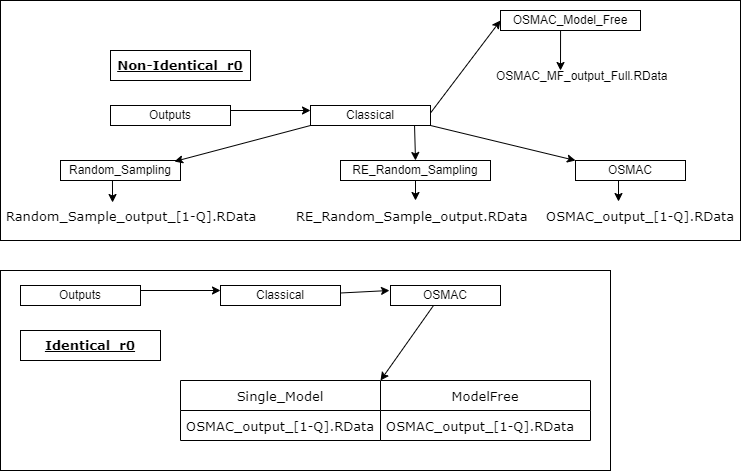
This is Images/Outputs.png from Amalan-ConStat/RM_AM_MF_LR_RWS_NYC_Taxi_Fare_2013_Full, a draw.io export, as it was before one commit. Source tidied: cells renumbered, new cells last; positions are measured from the earlier drawing's top-left corner, leaving out a move shared by most shapes. Source of this version:
```xml
<mxGraphModel>
  <root>
    <mxCell id="0" />
    <mxCell id="1" parent="0" />
    <mxCell id="2" style="rounded=0;whiteSpace=wrap;html=1;fontFamily=Verdana;fontSize=13;fontColor=#000000;" parent="1" vertex="1">
      <mxGeometry width="740" height="240" as="geometry" />
    </mxCell>
    <mxCell id="3" value="Outputs" style="rounded=0;whiteSpace=wrap;html=1;" parent="1" vertex="1">
      <mxGeometry x="110" y="105" width="120" height="20" as="geometry" />
    </mxCell>
    <mxCell id="4" value="Classical" style="rounded=0;whiteSpace=wrap;html=1;" parent="1" vertex="1">
      <mxGeometry x="310" y="105" width="120" height="20" as="geometry" />
    </mxCell>
    <mxCell id="5" value="Random_Sampling" style="rounded=0;whiteSpace=wrap;html=1;" parent="1" vertex="1">
      <mxGeometry x="60" y="160" width="120" height="20" as="geometry" />
    </mxCell>
    <mxCell id="6" value="RE_Random_Sampling" style="rounded=0;whiteSpace=wrap;html=1;" parent="1" vertex="1">
      <mxGeometry x="340" y="160" width="150" height="20" as="geometry" />
    </mxCell>
    <mxCell id="7" value="OSMAC" style="rounded=0;whiteSpace=wrap;html=1;" parent="1" vertex="1">
      <mxGeometry x="575" y="160" width="110" height="20" as="geometry" />
    </mxCell>
    <mxCell id="8" style="endArrow=classic;html=1;exitX=1;exitY=0.25;exitDx=0;exitDy=0;" parent="1" edge="1" source="3">
      <mxGeometry relative="1" as="geometry">
        <mxPoint x="310" y="110" as="targetPoint" />
      </mxGeometry>
    </mxCell>
    <mxCell id="9" style="endArrow=classic;html=1;exitX=1;exitY=0.25;exitDx=0;exitDy=0;entryX=0;entryY=0.5;entryDx=0;entryDy=0;" parent="1" edge="1" target="14">
      <mxGeometry relative="1" as="geometry">
        <mxPoint x="430" y="112.5" as="sourcePoint" />
      </mxGeometry>
    </mxCell>
    <mxCell id="10" style="endArrow=classic;html=1;exitX=0;exitY=1;exitDx=0;exitDy=0;entryX=0.95;entryY=0.05;entryDx=0;entryDy=0;entryPerimeter=0;" parent="1" edge="1" source="4" target="5">
      <mxGeometry relative="1" as="geometry" />
    </mxCell>
    <mxCell id="11" style="endArrow=classic;html=1;exitX=0.867;exitY=1;exitDx=0;exitDy=0;entryX=0.5;entryY=0;entryDx=0;entryDy=0;exitPerimeter=0;" parent="1" edge="1" source="4" target="6">
      <mxGeometry relative="1" as="geometry" />
    </mxCell>
    <mxCell id="12" style="endArrow=classic;html=1;exitX=1;exitY=1;exitDx=0;exitDy=0;entryX=0;entryY=0;entryDx=0;entryDy=0;" parent="1" edge="1" source="4" target="7">
      <mxGeometry relative="1" as="geometry" />
    </mxCell>
    <mxCell id="13" value="&lt;b&gt;&lt;u&gt;Non-Identical_r0&lt;/u&gt;&lt;/b&gt;" style="rounded=0;whiteSpace=wrap;html=1;fontFamily=Verdana;fontSize=13;fontColor=#000000;" parent="1" vertex="1">
      <mxGeometry x="110" y="50" width="140" height="30" as="geometry" />
    </mxCell>
    <mxCell id="14" value="OSMAC_Model_Free" style="rounded=0;whiteSpace=wrap;html=1;" parent="1" vertex="1">
      <mxGeometry x="500" y="10" width="140" height="20" as="geometry" />
    </mxCell>
    <mxCell id="15" style="endArrow=classic;html=1;rounded=0;fontFamily=Verdana;fontSize=13;fontColor=#000000;exitX=0.5;exitY=1;exitDx=0;exitDy=0;" parent="1" edge="1" source="6" target="30">
      <mxGeometry relative="1" as="geometry" />
    </mxCell>
    <mxCell id="16" style="endArrow=classic;html=1;rounded=0;fontFamily=Verdana;fontSize=13;fontColor=#000000;exitX=0.391;exitY=1;exitDx=0;exitDy=0;exitPerimeter=0;entryX=0.425;entryY=0.017;entryDx=0;entryDy=0;entryPerimeter=0;" parent="1" edge="1" source="7">
      <mxGeometry relative="1" as="geometry">
        <mxPoint x="618" y="201" as="targetPoint" />
      </mxGeometry>
    </mxCell>
    <mxCell id="17" style="rounded=0;whiteSpace=wrap;html=1;fontFamily=Verdana;fontSize=13;fontColor=#000000;" parent="1" vertex="1">
      <mxGeometry y="270" width="610" height="200" as="geometry" />
    </mxCell>
    <mxCell id="18" value="Outputs" style="rounded=0;whiteSpace=wrap;html=1;" parent="1" vertex="1">
      <mxGeometry x="20" y="285" width="120" height="20" as="geometry" />
    </mxCell>
    <mxCell id="19" value="Classical" style="rounded=0;whiteSpace=wrap;html=1;" parent="1" vertex="1">
      <mxGeometry x="220" y="285" width="120" height="20" as="geometry" />
    </mxCell>
    <mxCell id="20" value="OSMAC" style="rounded=0;whiteSpace=wrap;html=1;" parent="1" vertex="1">
      <mxGeometry x="390" y="285" width="110" height="20" as="geometry" />
    </mxCell>
    <mxCell id="21" style="endArrow=classic;html=1;exitX=1;exitY=0.25;exitDx=0;exitDy=0;" parent="1" edge="1" source="18">
      <mxGeometry relative="1" as="geometry">
        <mxPoint x="220" y="290" as="targetPoint" />
      </mxGeometry>
    </mxCell>
    <mxCell id="22" style="endArrow=classic;html=1;exitX=1;exitY=0.25;exitDx=0;exitDy=0;" parent="1" edge="1">
      <mxGeometry relative="1" as="geometry">
        <mxPoint x="340" y="292.5" as="sourcePoint" />
        <mxPoint x="389" y="290" as="targetPoint" />
      </mxGeometry>
    </mxCell>
    <mxCell id="23" value="&lt;b&gt;&lt;u&gt;Identical_r0&lt;/u&gt;&lt;/b&gt;" style="rounded=0;whiteSpace=wrap;html=1;fontFamily=Verdana;fontSize=13;fontColor=#000000;" parent="1" vertex="1">
      <mxGeometry x="20" y="330" width="140" height="30" as="geometry" />
    </mxCell>
    <mxCell id="24" value="Single_Model" style="swimlane;fontStyle=0;horizontal=1;startSize=30;fontFamily=Verdana;fontSize=13;fontColor=#000000;" parent="1" vertex="1">
      <mxGeometry x="180" y="380" width="200" height="60" as="geometry" />
    </mxCell>
    <mxCell id="25" value="OSMAC_output_[1-Q].RData" style="text;strokeColor=none;fillColor=none;align=left;verticalAlign=middle;spacingLeft=4;spacingRight=4;overflow=hidden;fontFamily=Verdana;fontSize=13;fontColor=#000000;" parent="24" vertex="1">
      <mxGeometry y="30" width="200" height="30" as="geometry" />
    </mxCell>
    <mxCell id="26" value="ModelFree" style="swimlane;fontStyle=0;horizontal=1;startSize=30;fontFamily=Verdana;fontSize=13;fontColor=#000000;" parent="1" vertex="1">
      <mxGeometry x="380" y="380" width="210" height="60" as="geometry" />
    </mxCell>
    <mxCell id="27" value="OSMAC_output_[1-Q].RData" style="text;strokeColor=none;fillColor=none;align=left;verticalAlign=middle;spacingLeft=4;spacingRight=4;overflow=hidden;fontFamily=Verdana;fontSize=13;fontColor=#000000;" parent="26" vertex="1">
      <mxGeometry y="30" width="210" height="30" as="geometry" />
    </mxCell>
    <mxCell id="28" style="endArrow=classic;html=1;rounded=0;fontFamily=Verdana;fontSize=13;fontColor=#000000;exitX=0.391;exitY=1;exitDx=0;exitDy=0;exitPerimeter=0;entryX=0;entryY=0;entryDx=0;entryDy=0;" parent="1" edge="1" source="20" target="26">
      <mxGeometry relative="1" as="geometry" />
    </mxCell>
    <mxCell id="29" value="Random_Sample_output_[1-Q].RData" style="text;strokeColor=none;fillColor=none;align=left;verticalAlign=middle;spacingLeft=4;spacingRight=4;overflow=hidden;points=[[0,0.5],[1,0.5]];portConstraint=eastwest;fontFamily=Verdana;fontSize=13;fontColor=#000000;" parent="1" vertex="1">
      <mxGeometry y="200" width="260" height="30" as="geometry" />
    </mxCell>
    <mxCell id="30" value="RE_Random_Sample_output.RData" style="text;strokeColor=none;fillColor=none;align=left;verticalAlign=middle;spacingLeft=4;spacingRight=4;overflow=hidden;points=[[0,0.5],[1,0.5]];portConstraint=eastwest;fontFamily=Verdana;fontSize=13;fontColor=#000000;" parent="1" vertex="1">
      <mxGeometry x="290" y="200" width="250" height="30" as="geometry" />
    </mxCell>
    <mxCell id="31" value="OSMAC_output_[1-Q].RData" style="text;strokeColor=none;fillColor=none;align=left;verticalAlign=middle;spacingLeft=4;spacingRight=4;overflow=hidden;fontFamily=Verdana;fontSize=13;fontColor=#000000;" parent="1" vertex="1">
      <mxGeometry x="540" y="200" width="210" height="30" as="geometry" />
    </mxCell>
    <mxCell id="32" style="endArrow=classic;html=1;rounded=0;exitX=0.433;exitY=1;exitDx=0;exitDy=0;exitPerimeter=0;entryX=0.431;entryY=0.067;entryDx=0;entryDy=0;entryPerimeter=0;" parent="1" edge="1" source="5" target="29">
      <mxGeometry relative="1" as="geometry" />
    </mxCell>
    <mxCell id="33" value="OSMAC_MF_output_Full.RData" style="text;strokeColor=none;fillColor=none;align=left;verticalAlign=middle;spacingLeft=4;spacingRight=4;overflow=hidden;" parent="1" vertex="1">
      <mxGeometry x="490" y="60" width="200" height="30" as="geometry" />
    </mxCell>
    <mxCell id="34" style="endArrow=classic;html=1;rounded=0;exitX=0.429;exitY=1;exitDx=0;exitDy=0;exitPerimeter=0;" parent="1" edge="1" source="14">
      <mxGeometry relative="1" as="geometry">
        <mxPoint x="560" y="70" as="targetPoint" />
      </mxGeometry>
    </mxCell>
  </root>
</mxGraphModel>
```
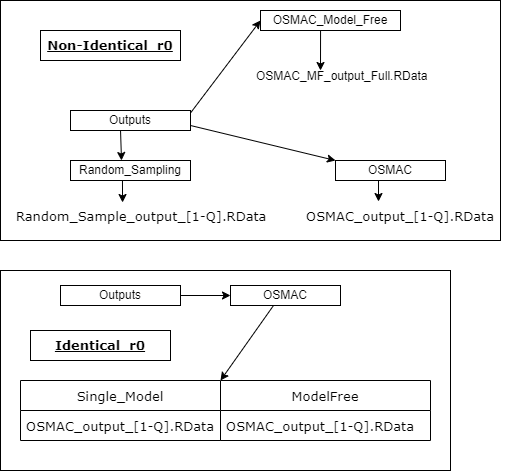
The same file after the commit.

The edit, as a diff of the source:
```diff
@@ -3,90 +3,64 @@
     <mxCell id="0" />
     <mxCell id="1" parent="0" />
     <mxCell id="2" style="rounded=0;whiteSpace=wrap;html=1;fontFamily=Verdana;fontSize=13;fontColor=#000000;" parent="1" vertex="1">
-      <mxGeometry width="740" height="240" as="geometry" />
+      <mxGeometry x="240" width="500" height="240" as="geometry" />
     </mxCell>
     <mxCell id="3" value="Outputs" style="rounded=0;whiteSpace=wrap;html=1;" parent="1" vertex="1">
-      <mxGeometry x="110" y="105" width="120" height="20" as="geometry" />
+      <mxGeometry x="310" y="110" width="120" height="20" as="geometry" />
     </mxCell>
-    <mxCell id="4" value="Classical" style="rounded=0;whiteSpace=wrap;html=1;" parent="1" vertex="1">
-      <mxGeometry x="310" y="105" width="120" height="20" as="geometry" />
-    </mxCell>
     <mxCell id="5" value="Random_Sampling" style="rounded=0;whiteSpace=wrap;html=1;" parent="1" vertex="1">
-      <mxGeometry x="60" y="160" width="120" height="20" as="geometry" />
+      <mxGeometry x="310" y="160" width="120" height="20" as="geometry" />
     </mxCell>
-    <mxCell id="6" value="RE_Random_Sampling" style="rounded=0;whiteSpace=wrap;html=1;" parent="1" vertex="1">
-      <mxGeometry x="340" y="160" width="150" height="20" as="geometry" />
-    </mxCell>
     <mxCell id="7" value="OSMAC" style="rounded=0;whiteSpace=wrap;html=1;" parent="1" vertex="1">
       <mxGeometry x="575" y="160" width="110" height="20" as="geometry" />
     </mxCell>
-    <mxCell id="8" style="endArrow=classic;html=1;exitX=1;exitY=0.25;exitDx=0;exitDy=0;" parent="1" edge="1" source="3">
-      <mxGeometry relative="1" as="geometry">
-        <mxPoint x="310" y="110" as="targetPoint" />
-      </mxGeometry>
-    </mxCell>
     <mxCell id="9" style="endArrow=classic;html=1;exitX=1;exitY=0.25;exitDx=0;exitDy=0;entryX=0;entryY=0.5;entryDx=0;entryDy=0;" parent="1" edge="1" target="14">
       <mxGeometry relative="1" as="geometry">
         <mxPoint x="430" y="112.5" as="sourcePoint" />
       </mxGeometry>
     </mxCell>
-    <mxCell id="10" style="endArrow=classic;html=1;exitX=0;exitY=1;exitDx=0;exitDy=0;entryX=0.95;entryY=0.05;entryDx=0;entryDy=0;entryPerimeter=0;" parent="1" edge="1" source="4" target="5">
+    <mxCell id="10" style="endArrow=classic;html=1;exitX=0.417;exitY=1;exitDx=0;exitDy=0;entryX=0.425;entryY=0;entryDx=0;entryDy=0;entryPerimeter=0;exitPerimeter=0;" parent="1" edge="1" source="3" target="5">
       <mxGeometry relative="1" as="geometry" />
     </mxCell>
-    <mxCell id="11" style="endArrow=classic;html=1;exitX=0.867;exitY=1;exitDx=0;exitDy=0;entryX=0.5;entryY=0;entryDx=0;entryDy=0;exitPerimeter=0;" parent="1" edge="1" source="4" target="6">
-      <mxGeometry relative="1" as="geometry" />
-    </mxCell>
-    <mxCell id="12" style="endArrow=classic;html=1;exitX=1;exitY=1;exitDx=0;exitDy=0;entryX=0;entryY=0;entryDx=0;entryDy=0;" parent="1" edge="1" source="4" target="7">
-      <mxGeometry relative="1" as="geometry" />
+    <mxCell id="12" style="endArrow=classic;html=1;exitX=1;exitY=1;exitDx=0;exitDy=0;entryX=0;entryY=0;entryDx=0;entryDy=0;" parent="1" edge="1" target="7">
+      <mxGeometry relative="1" as="geometry">
+        <mxPoint x="430" y="125" as="sourcePoint" />
+      </mxGeometry>
     </mxCell>
     <mxCell id="13" value="&lt;b&gt;&lt;u&gt;Non-Identical_r0&lt;/u&gt;&lt;/b&gt;" style="rounded=0;whiteSpace=wrap;html=1;fontFamily=Verdana;fontSize=13;fontColor=#000000;" parent="1" vertex="1">
-      <mxGeometry x="110" y="50" width="140" height="30" as="geometry" />
+      <mxGeometry x="280" y="30" width="140" height="30" as="geometry" />
     </mxCell>
     <mxCell id="14" value="OSMAC_Model_Free" style="rounded=0;whiteSpace=wrap;html=1;" parent="1" vertex="1">
       <mxGeometry x="500" y="10" width="140" height="20" as="geometry" />
     </mxCell>
-    <mxCell id="15" style="endArrow=classic;html=1;rounded=0;fontFamily=Verdana;fontSize=13;fontColor=#000000;exitX=0.5;exitY=1;exitDx=0;exitDy=0;" parent="1" edge="1" source="6" target="30">
-      <mxGeometry relative="1" as="geometry" />
-    </mxCell>
     <mxCell id="16" style="endArrow=classic;html=1;rounded=0;fontFamily=Verdana;fontSize=13;fontColor=#000000;exitX=0.391;exitY=1;exitDx=0;exitDy=0;exitPerimeter=0;entryX=0.425;entryY=0.017;entryDx=0;entryDy=0;entryPerimeter=0;" parent="1" edge="1" source="7">
       <mxGeometry relative="1" as="geometry">
         <mxPoint x="618" y="201" as="targetPoint" />
       </mxGeometry>
     </mxCell>
     <mxCell id="17" style="rounded=0;whiteSpace=wrap;html=1;fontFamily=Verdana;fontSize=13;fontColor=#000000;" parent="1" vertex="1">
-      <mxGeometry y="270" width="610" height="200" as="geometry" />
+      <mxGeometry x="240" y="270" width="450" height="200" as="geometry" />
     </mxCell>
+    <mxCell id="35" style="edgeStyle=orthogonalEdgeStyle;rounded=0;jettySize=auto;html=1;" parent="1" edge="1" source="18" target="20">
+      <mxGeometry relative="1" as="geometry" />
+    </mxCell>
     <mxCell id="18" value="Outputs" style="rounded=0;whiteSpace=wrap;html=1;" parent="1" vertex="1">
-      <mxGeometry x="20" y="285" width="120" height="20" as="geometry" />
+      <mxGeometry x="300" y="285" width="120" height="20" as="geometry" />
     </mxCell>
-    <mxCell id="19" value="Classical" style="rounded=0;whiteSpace=wrap;html=1;" parent="1" vertex="1">
-      <mxGeometry x="220" y="285" width="120" height="20" as="geometry" />
-    </mxCell>
     <mxCell id="20" value="OSMAC" style="rounded=0;whiteSpace=wrap;html=1;" parent="1" vertex="1">
-      <mxGeometry x="390" y="285" width="110" height="20" as="geometry" />
+      <mxGeometry x="470" y="285" width="110" height="20" as="geometry" />
     </mxCell>
-    <mxCell id="21" style="endArrow=classic;html=1;exitX=1;exitY=0.25;exitDx=0;exitDy=0;" parent="1" edge="1" source="18">
-      <mxGeometry relative="1" as="geometry">
-        <mxPoint x="220" y="290" as="targetPoint" />
-      </mxGeometry>
-    </mxCell>
-    <mxCell id="22" style="endArrow=classic;html=1;exitX=1;exitY=0.25;exitDx=0;exitDy=0;" parent="1" edge="1">
-      <mxGeometry relative="1" as="geometry">
-        <mxPoint x="340" y="292.5" as="sourcePoint" />
-        <mxPoint x="389" y="290" as="targetPoint" />
-      </mxGeometry>
-    </mxCell>
     <mxCell id="23" value="&lt;b&gt;&lt;u&gt;Identical_r0&lt;/u&gt;&lt;/b&gt;" style="rounded=0;whiteSpace=wrap;html=1;fontFamily=Verdana;fontSize=13;fontColor=#000000;" parent="1" vertex="1">
-      <mxGeometry x="20" y="330" width="140" height="30" as="geometry" />
+      <mxGeometry x="270" y="330" width="140" height="30" as="geometry" />
     </mxCell>
     <mxCell id="24" value="Single_Model" style="swimlane;fontStyle=0;horizontal=1;startSize=30;fontFamily=Verdana;fontSize=13;fontColor=#000000;" parent="1" vertex="1">
-      <mxGeometry x="180" y="380" width="200" height="60" as="geometry" />
+      <mxGeometry x="260" y="380" width="200" height="60" as="geometry" />
     </mxCell>
     <mxCell id="25" value="OSMAC_output_[1-Q].RData" style="text;strokeColor=none;fillColor=none;align=left;verticalAlign=middle;spacingLeft=4;spacingRight=4;overflow=hidden;fontFamily=Verdana;fontSize=13;fontColor=#000000;" parent="24" vertex="1">
       <mxGeometry y="30" width="200" height="30" as="geometry" />
     </mxCell>
     <mxCell id="26" value="ModelFree" style="swimlane;fontStyle=0;horizontal=1;startSize=30;fontFamily=Verdana;fontSize=13;fontColor=#000000;" parent="1" vertex="1">
-      <mxGeometry x="380" y="380" width="210" height="60" as="geometry" />
+      <mxGeometry x="460" y="380" width="210" height="60" as="geometry" />
     </mxCell>
     <mxCell id="27" value="OSMAC_output_[1-Q].RData" style="text;strokeColor=none;fillColor=none;align=left;verticalAlign=middle;spacingLeft=4;spacingRight=4;overflow=hidden;fontFamily=Verdana;fontSize=13;fontColor=#000000;" parent="26" vertex="1">
       <mxGeometry y="30" width="210" height="30" as="geometry" />
@@ -95,11 +69,8 @@
       <mxGeometry relative="1" as="geometry" />
     </mxCell>
     <mxCell id="29" value="Random_Sample_output_[1-Q].RData" style="text;strokeColor=none;fillColor=none;align=left;verticalAlign=middle;spacingLeft=4;spacingRight=4;overflow=hidden;points=[[0,0.5],[1,0.5]];portConstraint=eastwest;fontFamily=Verdana;fontSize=13;fontColor=#000000;" parent="1" vertex="1">
-      <mxGeometry y="200" width="260" height="30" as="geometry" />
+      <mxGeometry x="250" y="200" width="260" height="30" as="geometry" />
     </mxCell>
-    <mxCell id="30" value="RE_Random_Sample_output.RData" style="text;strokeColor=none;fillColor=none;align=left;verticalAlign=middle;spacingLeft=4;spacingRight=4;overflow=hidden;points=[[0,0.5],[1,0.5]];portConstraint=eastwest;fontFamily=Verdana;fontSize=13;fontColor=#000000;" parent="1" vertex="1">
-      <mxGeometry x="290" y="200" width="250" height="30" as="geometry" />
-    </mxCell>
     <mxCell id="31" value="OSMAC_output_[1-Q].RData" style="text;strokeColor=none;fillColor=none;align=left;verticalAlign=middle;spacingLeft=4;spacingRight=4;overflow=hidden;fontFamily=Verdana;fontSize=13;fontColor=#000000;" parent="1" vertex="1">
       <mxGeometry x="540" y="200" width="210" height="30" as="geometry" />
     </mxCell>
```
